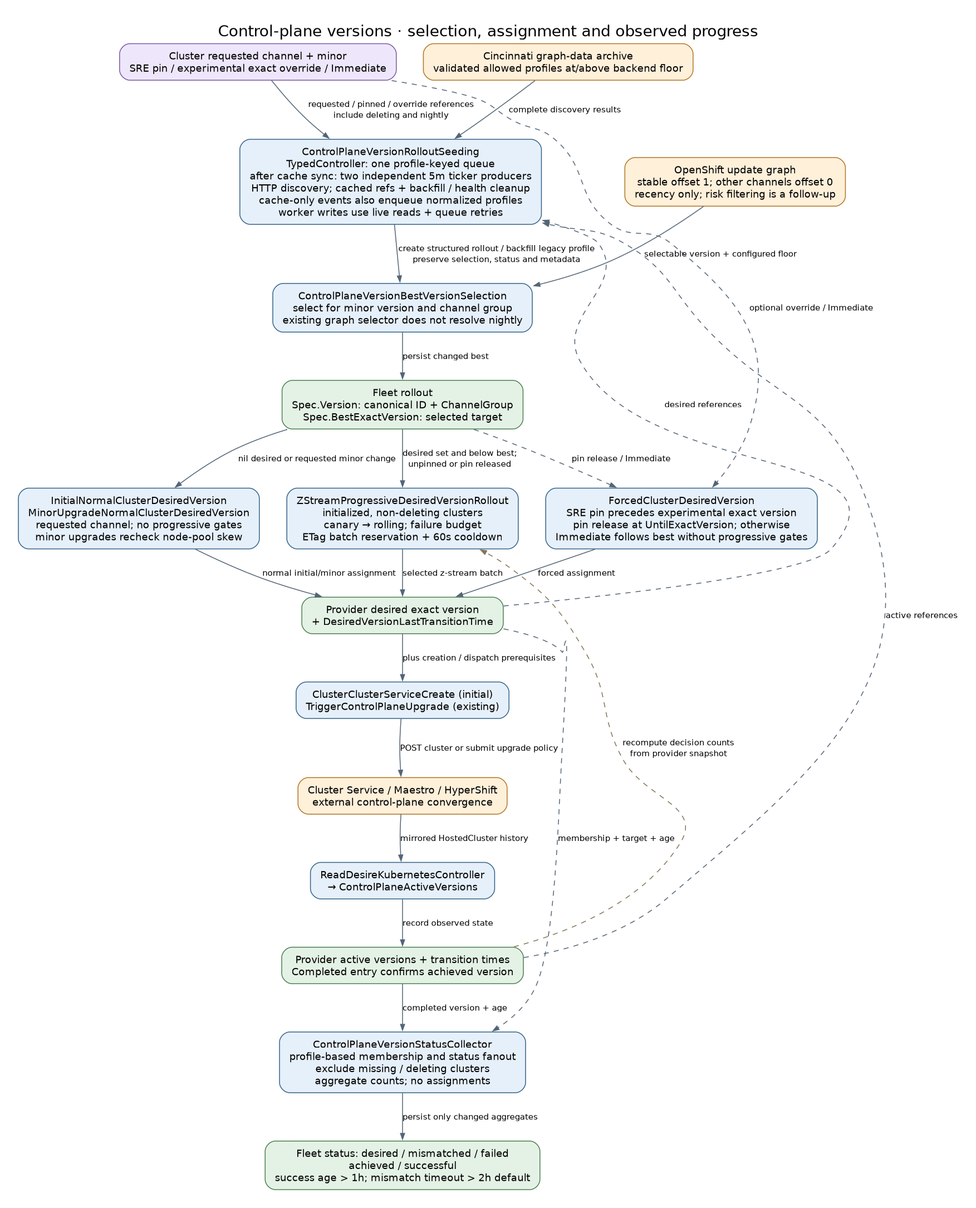
Before: docs/diagrams/controller-flows/control-plane-version-rollout.png, a diagram exported from Graphviz (stevekuznetsov/ARO-HCP). Its source is kept beside it as docs/diagrams/controller-flows/control-plane-version-rollout.dot.
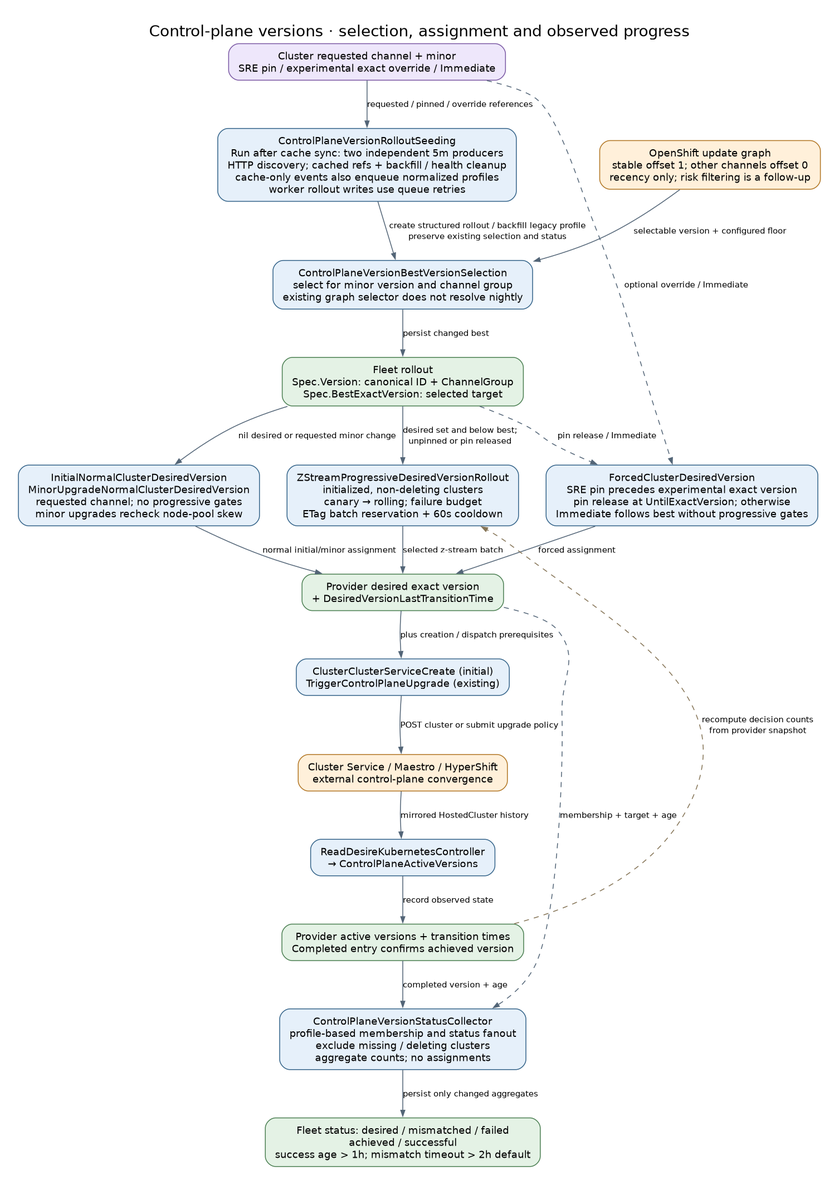
The same file after the commit.

Change to the diagram source:
```diff
@@ -3,8 +3,7 @@
   node [shape=box, style="rounded,filled", fillcolor="#e6f0fa", color="#35648a", fontname="DejaVu Sans", fontsize=12, margin="0.16,0.10"];
   edge [color="#536577", fontname="DejaVu Sans", fontsize=10, arrowsize=0.7];
   request [label="Cluster requested channel + minor\nSRE pin / experimental exact override / Immediate", fillcolor="#eee7fb", color="#7b59a4"];
-  discovery [label="Cincinnati graph-data archive\nvalidated allowed profiles at/above backend floor", fillcolor="#fff0da", color="#b27624"];
-  seed [label="ControlPlaneVersionRolloutSeeding\nTypedController: one profile-keyed queue\nafter cache sync: two independent 5m ticker producers\nHTTP discovery; cached refs + backfill / health cleanup\ncache-only events also enqueue normalized profiles\nworker writes use live reads + queue retries"];
+  seed [label="ControlPlaneVersionRolloutSeeding\nRun after cache sync: two independent 5m producers\nHTTP discovery; cached refs + backfill / health cleanup\ncache-only events also enqueue normalized profiles\nworker rollout writes use queue retries"];
   best [label="ControlPlaneVersionBestVersionSelection\nselect for minor version and channel group\nexisting graph selector does not resolve nightly"];
   updategraph [label="OpenShift update graph\nstable offset 1; other channels offset 0\nrecency only; risk filtering is a follow-up", fillcolor="#fff0da", color="#b27624"];
   target [label="Fleet rollout\nSpec.Version: canonical ID + ChannelGroup\nSpec.BestExactVersion: selected target", fillcolor="#e4f2e5", color="#4c8053"];
@@ -18,11 +17,8 @@
   history [label="Provider active versions + transition times\nCompleted entry confirms achieved version", fillcolor="#e4f2e5", color="#4c8053"];
   status [label="ControlPlaneVersionStatusCollector\nprofile-based membership and status fanout\nexclude missing / deleting clusters\naggregate counts; no assignments"];
   counts [label="Fleet status: desired / mismatched / failed\nachieved / successful\nsuccess age > 1h; mismatch timeout > 2h default", fillcolor="#e4f2e5", color="#4c8053"];
-  discovery -> seed [label="complete discovery results"];
-  request -> seed [label="requested / pinned / override references\ninclude deleting and nightly"];
-  desired -> seed [label="desired references", style=dashed, constraint=false];
-  history -> seed [label="active references", style=dashed, constraint=false];
-  seed -> best [label="create structured rollout / backfill legacy profile\npreserve selection, status and metadata"];
+  request -> seed [label="requested / pinned / override references"];
+  seed -> best [label="create structured rollout / backfill legacy profile\npreserve existing selection and status"];
   updategraph -> best [label="selectable version + configured floor"];
   best -> target [label="persist changed best"];
   target -> initial [label="nil desired or requested minor change"];
```
